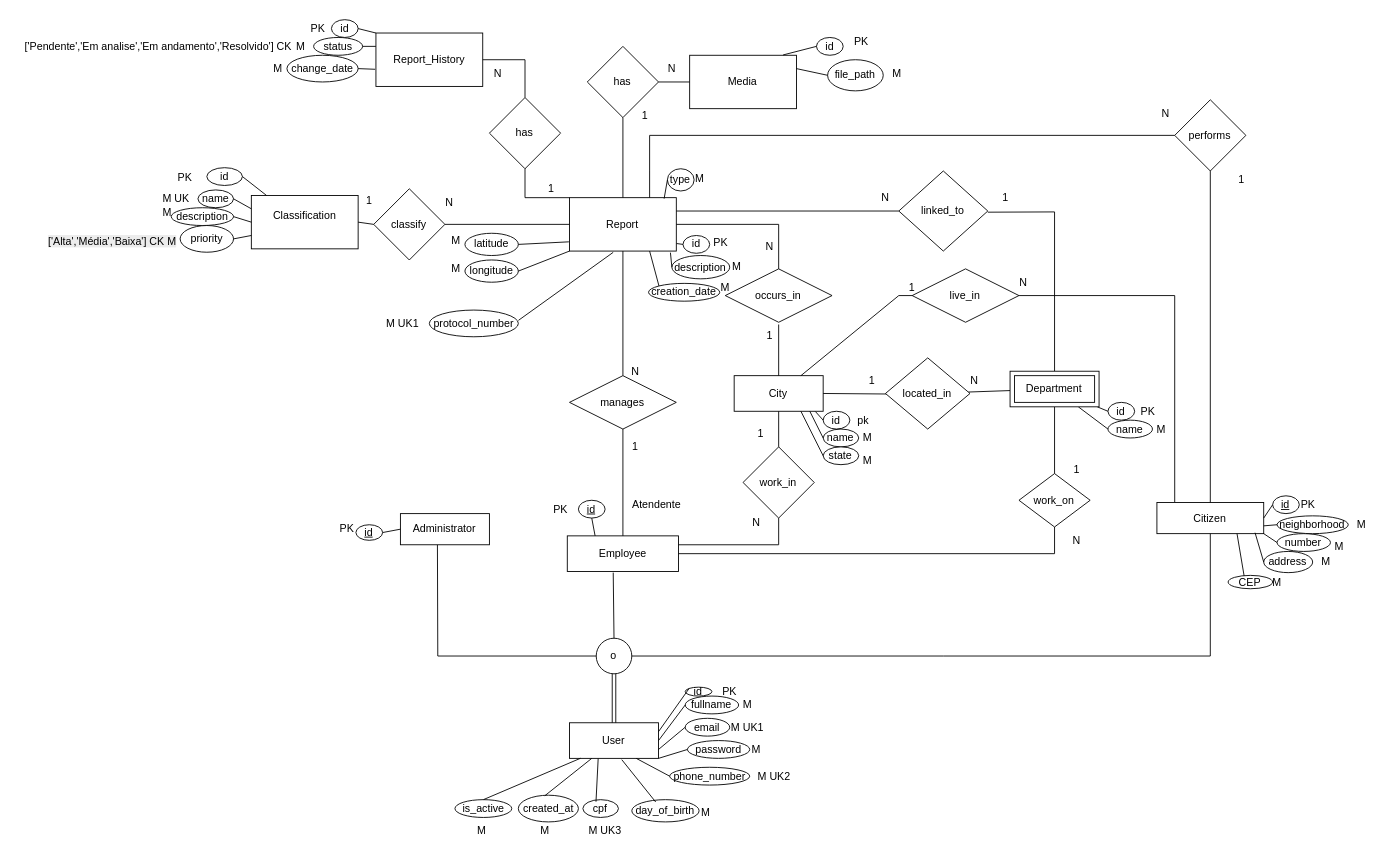
The draw.io diagram ApêndiceD-VisãodosDados/DER.drawio in RRomano00/ProjetoFinalDeCurso, before the edit. Source tidied: cells renumbered, new cells numbered last; positions are measured from the earlier drawing's top-left corner, leaving out a move shared by most shapes. Both pictures are drawn from the tidied source at 89%, with x=0, y=0 at pixel (15, 15).
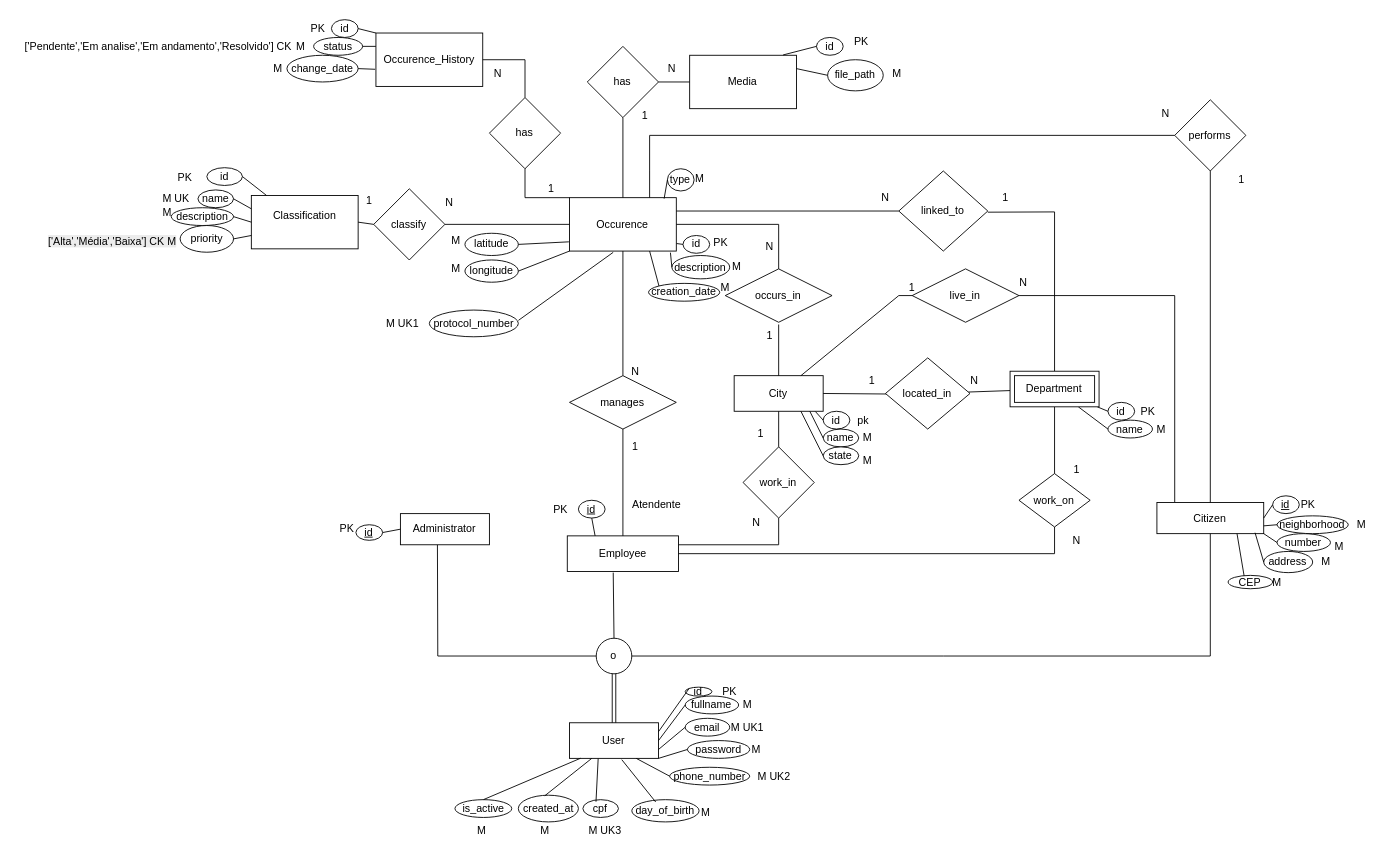
Above is the later version.

Commit message (it also covers changes not shown here):
feat :sparkles: simples correcao no DER

Diff of the diagram source:
```diff
@@
-    <mxCell id="35" value="Report" style="whiteSpace=wrap;html=1;" parent="1" vertex="1">
+    <mxCell id="35" value="Occurence" style="whiteSpace=wrap;html=1;" parent="1" vertex="1">
       <mxGeometry x="622.4" y="204.6" width="120" height="60" as="geometry" />
     </mxCell>
@@
-    <mxCell id="171" value="Report_History" style="rounded=0;whiteSpace=wrap;html=1;" parent="1" vertex="1">
+    <mxCell id="171" value="Occurence_History" style="rounded=0;whiteSpace=wrap;html=1;" parent="1" vertex="1">
       <mxGeometry x="404.9" y="19.6" width="120" height="60" as="geometry" />
     </mxCell>
```
